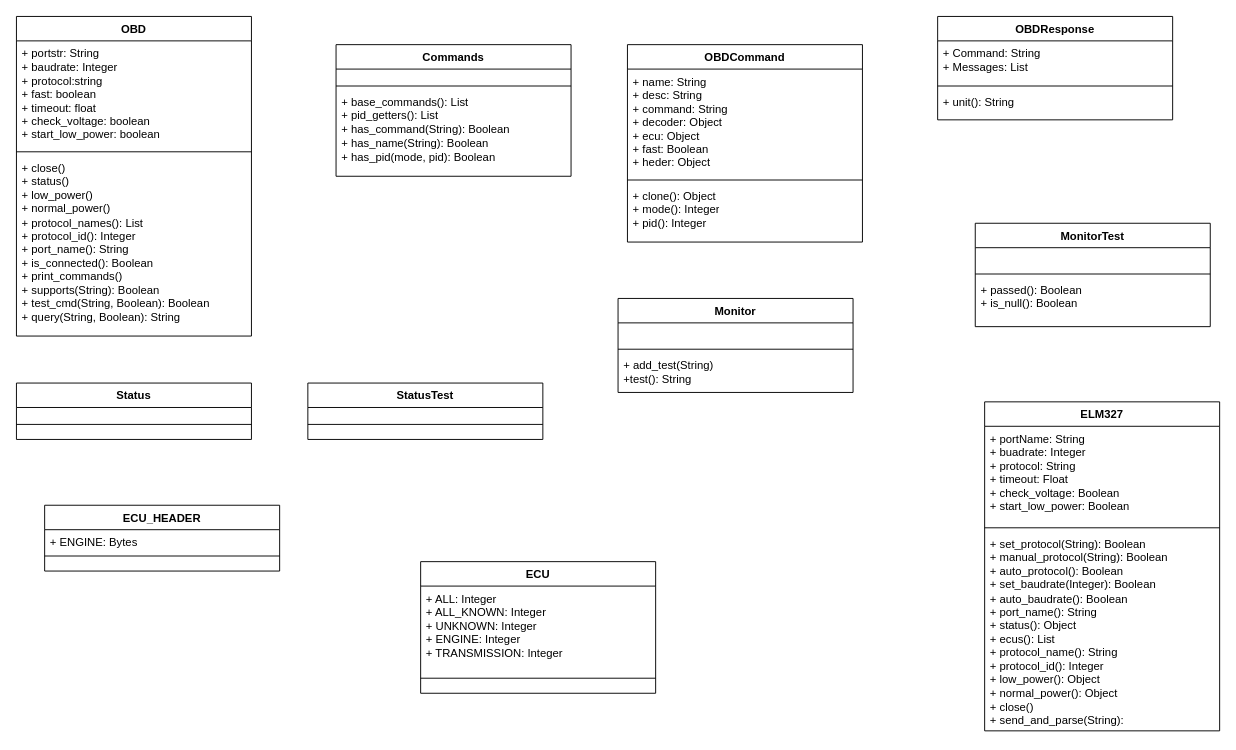
The draw.io diagram docs/python-OBD.drawio in ironiot/bcit-issp, before the edit. Source tidied: cells renumbered, new cells numbered last; positions are measured from the earlier drawing's top-left corner, leaving out a move shared by most shapes. Both pictures are drawn from the tidied source at 94%, with x=0, y=0 at pixel (16, 16).
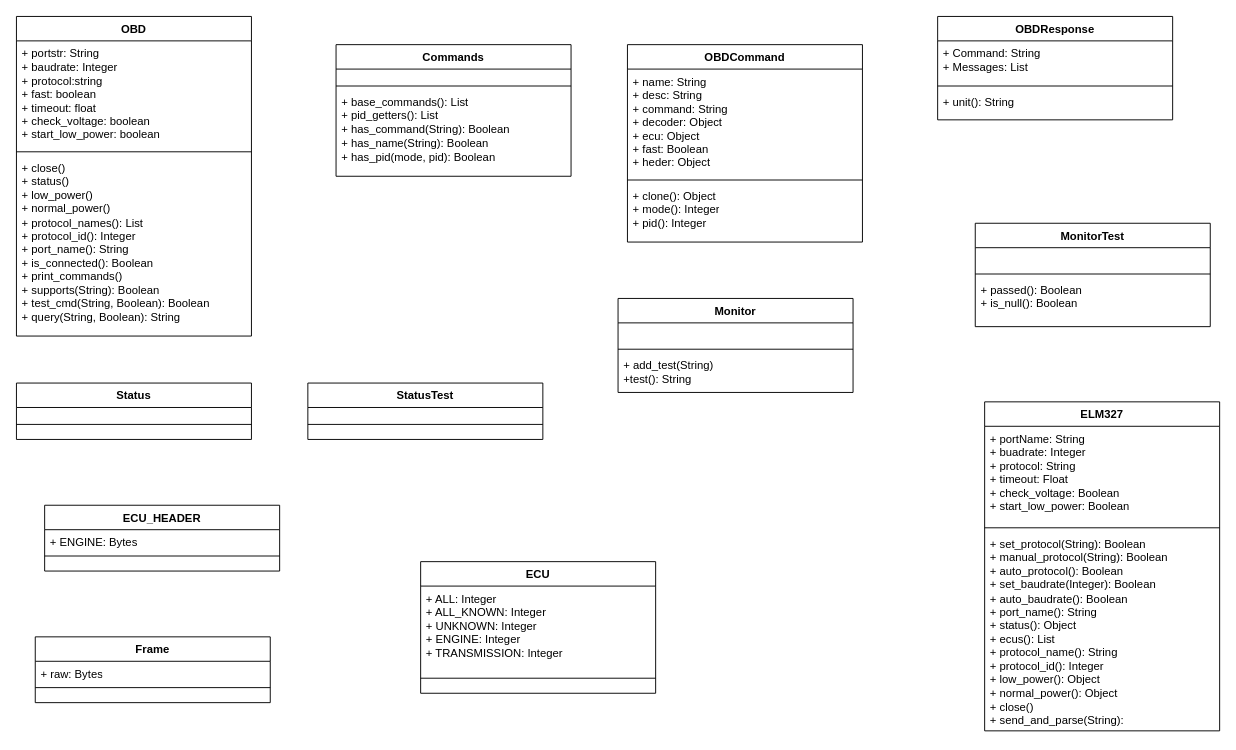
The same diagram, later.

Commit message (it also covers changes not shown here):
added a UML class diagram for Frame class

The edit, as a diff of the source:
```diff
@@
+    <mxCell id="46" value="Frame" style="swimlane;fontStyle=1;align=center;verticalAlign=top;horizontal=1;startSize=26;whiteSpace=wrap;html=1;" parent="1" vertex="1">
+      <mxGeometry x="20" y="660" width="250" height="70" as="geometry" />
+    </mxCell>
+    <mxCell id="47" value="&lt;div&gt;+ raw: Bytes&lt;/div&gt;" style="text;strokeColor=none;fillColor=none;align=left;verticalAlign=top;spacingLeft=4;spacingRight=4;overflow=hidden;whiteSpace=wrap;html=1;" parent="46" vertex="1">
+      <mxGeometry y="26" width="250" height="24" as="geometry" />
+    </mxCell>
+    <mxCell id="48" style="line;strokeWidth=1;fillColor=none;align=left;verticalAlign=middle;spacingTop=-1;spacingLeft=3;spacingRight=3;labelPosition=right;strokeColor=inherit;" parent="46" vertex="1">
+      <mxGeometry y="50" width="250" height="8" as="geometry" />
+    </mxCell>
+    <mxCell id="49" value="&lt;div&gt;&lt;br&gt;&lt;/div&gt;" style="text;strokeColor=none;fillColor=none;align=left;verticalAlign=top;spacingLeft=4;spacingRight=4;overflow=hidden;whiteSpace=wrap;html=1;" parent="46" vertex="1">
+      <mxGeometry y="58" width="250" height="12" as="geometry" />
+    </mxCell>
```
